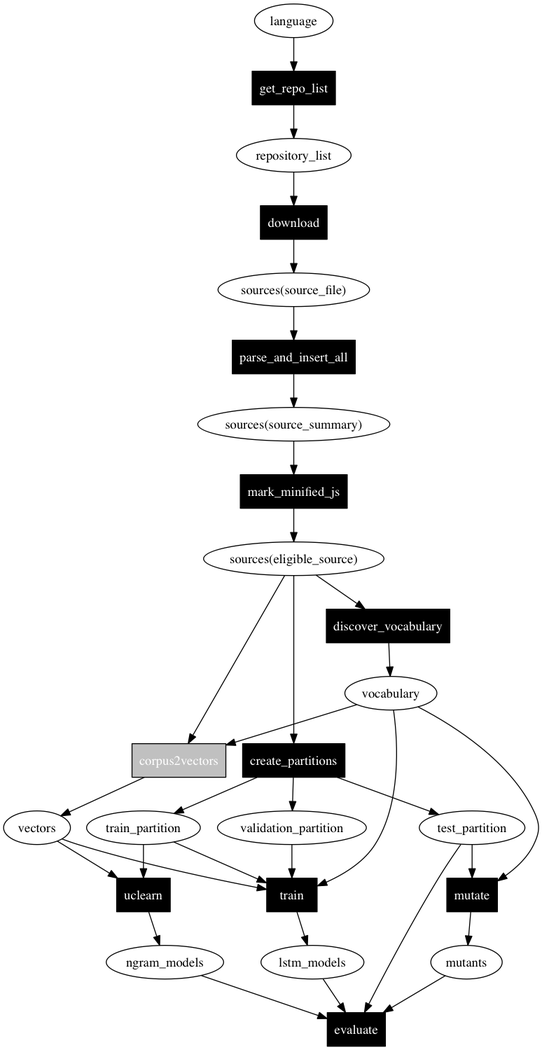
The Graphviz diagram docs/dependencies.png in naturalness/sensibility, before a commit. Its source is kept beside it as docs/dependencies.dot. The source it was exported from:
```dot
/* Renders a bipartite graph of **programs** and **products**. */
digraph {
    rankdir=TB;

    /* These are tasks. */
    node [shape=box,style=filled,fillcolor=black,fontcolor=white];
    corpus2vectors [fillcolor=grey];
    discover_vocabulary;
    download;
    evaluate;
    mark_minified_js;
    get_repo_list;
    mutate;
    parse_and_insert_all;
    create_partitions;
    train;
    uclearn;

    /* The rest of the nodes are entities. */
    node [shape=ellipse,style=solid,fillcolor=white,fontcolor=black];

    /* Notation:

        sources(source_summary) means the table or view called
        "source_summary" in the "sources" SQLite3 database.

        If a file is in sources(source_summary), it has syntactically-correct
        source code (i.e., source_summary contains only parsable source code).

        sources(eligible_source) is a view containing source code:
         * That is syntatically-correct.
         * [JavaScript] Does not end in *.min.js or *-min.js
         * [JavaScript] Does not have a high token / line ratio
           (around 100 tokens-per-line is a high ratio).
    */

    /* {inputs} -> program -> {output} */
    { language } -> get_repo_list -> repository_list;
    { repository_list } -> download -> "sources(source_file)";
    { "sources(source_file)" } -> parse_and_insert_all -> "sources(source_summary)";
    { "sources(source_summary)" } -> mark_minified_js -> "sources(eligible_source)";
        /* This step is only applicable for JavaScript; it can be skipped for
         * other languages. */
    { "sources(eligible_source)" } -> discover_vocabulary -> vocabulary;
    { "sources(eligible_source)", vocabulary } -> corpus2vectors -> vectors;
    { "sources(eligible_source)" } -> create_partitions -> { train_partition, validation_partition, test_partition };
    { vectors, train_partition } -> uclearn -> ngram_models;
    { vectors, train_partition, validation_partition, vocabulary } -> train -> lstm_models;
    { test_partition, vocabulary } -> mutate -> mutants;
    { lstm_models, ngram_models, test_partition, mutants } -> evaluate;
}
```
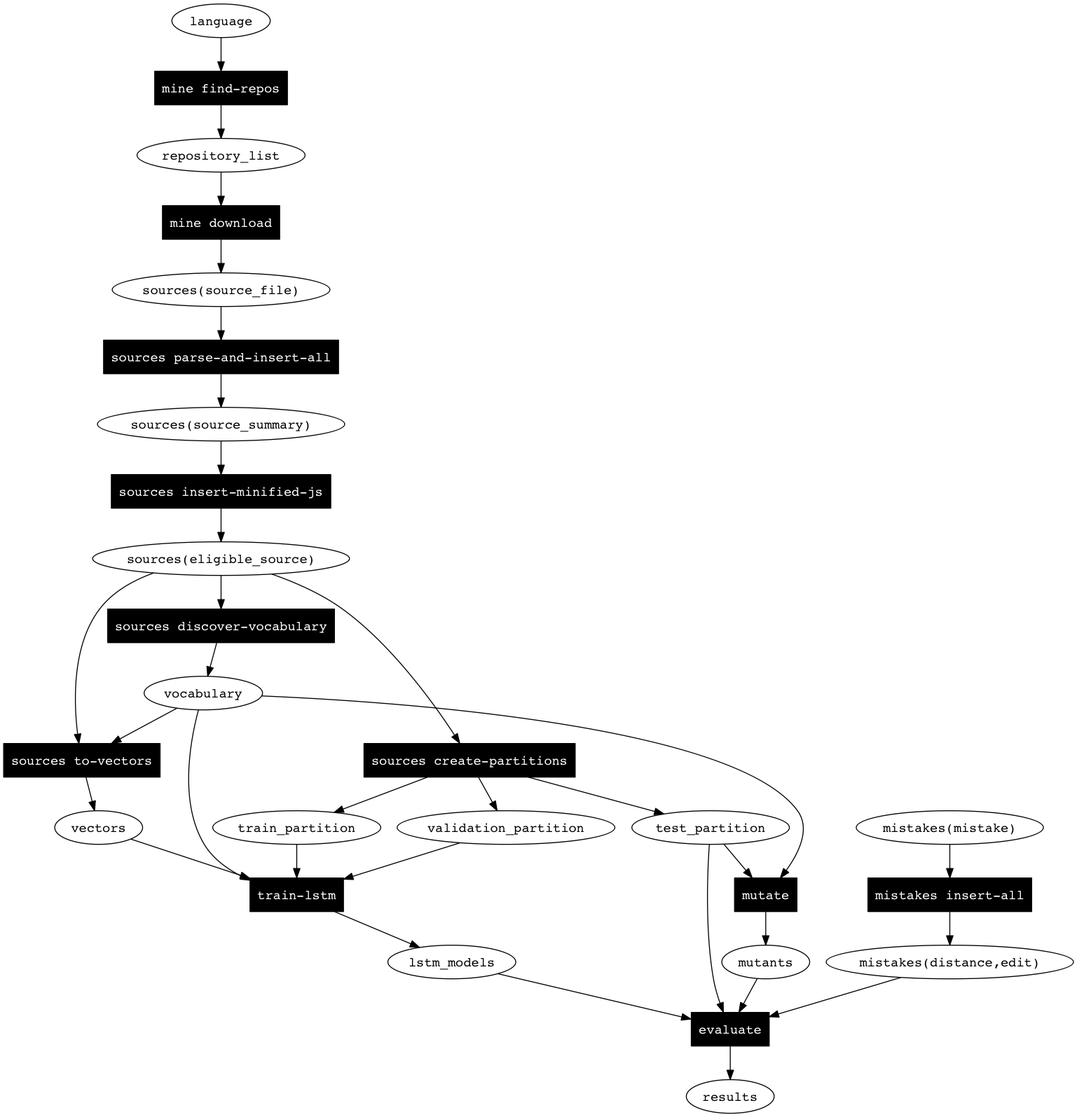
Above is the later version.

Commit message:
Update the deps diagram.

Diff of the diagram source:
```diff
@@ -3,18 +3,19 @@
     rankdir=TB;
 
     /* These are tasks. */
-    node [shape=box,style=filled,fillcolor=black,fontcolor=white];
-    corpus2vectors [fillcolor=grey];
-    discover_vocabulary;
-    download;
-    evaluate;
-    mark_minified_js;
-    get_repo_list;
-    mutate;
-    parse_and_insert_all;
-    create_partitions;
-    train;
-    uclearn;
+    node [shape=box,style=filled,fillcolor=black,fontcolor=white,fontname="Courier"];
+    corpus2vectors       [label="sources to-vectors"];
+    discover_vocabulary  [label="sources discover-vocabulary"];
+    download             [label="mine download"];
+    evaluate             [label="evaluate"];
+    mark_minified_js     [label="sources insert-minified-js"];
+    get_repo_list        [label="mine find-repos"];
+    mutate               [label="mutate"];
+    parse_and_insert_all [label="sources parse-and-insert-all"];
+    create_partitions    [label="sources create-partitions"];
+    train                [label="train-lstm"];
+    insert_mistakes      [label="mistakes insert-all"];
+
 
     /* The rest of the nodes are entities. */
     node [shape=ellipse,style=solid,fillcolor=white,fontcolor=black];
@@ -44,8 +45,9 @@
     { "sources(eligible_source)" } -> discover_vocabulary -> vocabulary;
     { "sources(eligible_source)", vocabulary } -> corpus2vectors -> vectors;
     { "sources(eligible_source)" } -> create_partitions -> { train_partition, validation_partition, test_partition };
-    { vectors, train_partition } -> uclearn -> ngram_models;
     { vectors, train_partition, validation_partition, vocabulary } -> train -> lstm_models;
     { test_partition, vocabulary } -> mutate -> mutants;
-    { lstm_models, ngram_models, test_partition, mutants } -> evaluate;
+    { lstm_models, test_partition, mutants, "mistakes(distance,edit)" } -> evaluate -> results;
+
+    { "mistakes(mistake)" } -> insert_mistakes -> { "mistakes(distance,edit)" };
 }
```
